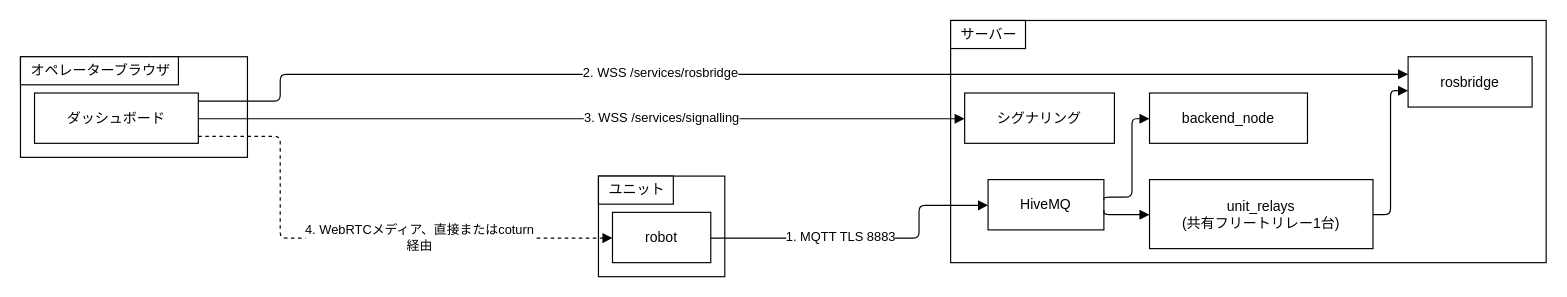
This is docs/ja/setup/diagrams/system-setup-overview.drawio from itbdelaboprogramming/msd700_documentation, a draw.io file, before an edit. Source tidied: cells renumbered, new cells numbered last; positions are measured from the earlier drawing's top-left corner, leaving out a move shared by most shapes. Both pictures are drawn from the tidied source at 117%, with x=0, y=0 at pixel (20, 20).
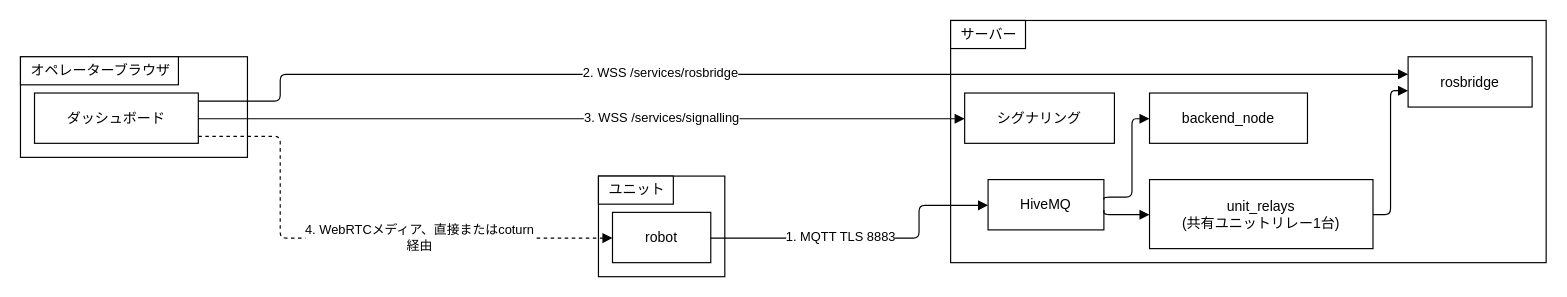
After the change.

Unchanged cells that the change refers to:
```xml
<mxCell id="2" style="rounded=0;html=1;whiteSpace=wrap;fillColor=#ffffff;strokeColor=#000000;" parent="1" vertex="1">
  <mxGeometry x="795" width="509" height="207" as="geometry" />
</mxCell>
```

The edit, as a diff of the source:
```diff
@@
-    <mxCell id="8" value="unit_relays&lt;br&gt;(共有フリートリレー1台)" style="html=1;whiteSpace=wrap;fillColor=#ffffff;strokeColor=#000000;rounded=0;fontFamily=Helvetica;fontSize=12;fontColor=#000000;" parent="2" vertex="1">
+    <mxCell id="8" value="unit_relays&lt;br&gt;(共有ユニットリレー1台)" style="html=1;whiteSpace=wrap;fillColor=#ffffff;strokeColor=#000000;rounded=0;fontFamily=Helvetica;fontSize=12;fontColor=#000000;" parent="2" vertex="1">
       <mxGeometry x="170" y="136" width="191" height="59" as="geometry" />
     </mxCell>
```
